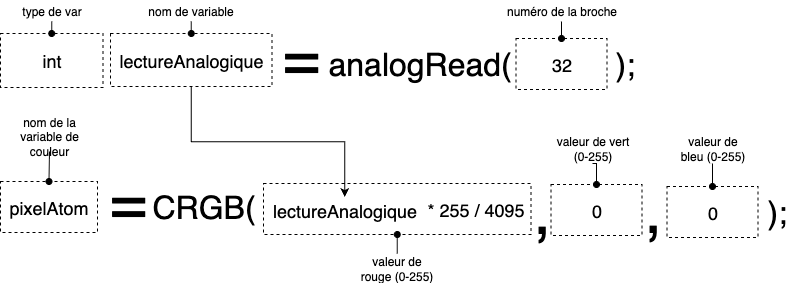
Before: m5stack/units/angle/code_crgb_exercice.drawio.png, a diagram exported from draw.io (thomasfredericks/aide). Source tidied: cells renumbered, new cells last; positions are measured from the earlier drawing's top-left corner, leaving out a move shared by most shapes.
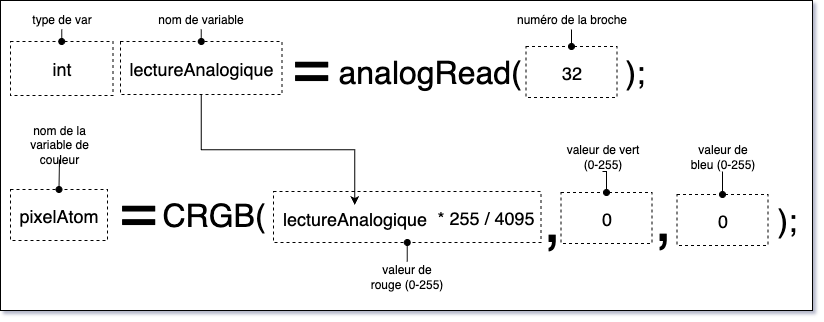
After the commit.

The edit, as a diff of the source:
```diff
@@ -1,7 +1,10 @@
-<mxGraphModel>
+<mxGraphModel background="#ffffff" shadow="1">
   <root>
     <mxCell id="0" />
     <mxCell id="1" parent="0" />
+    <mxCell id="34" style="rounded=0;whiteSpace=wrap;html=1;" parent="1" vertex="1">
+      <mxGeometry x="-10" y="-8" width="812" height="310" as="geometry" />
+    </mxCell>
     <mxCell id="2" value="pixelAtom" style="rounded=0;whiteSpace=wrap;html=1;dashed=1;fillColor=none;fontSize=18;" parent="1" vertex="1">
       <mxGeometry y="181" width="97" height="51" as="geometry" />
     </mxCell>
```
